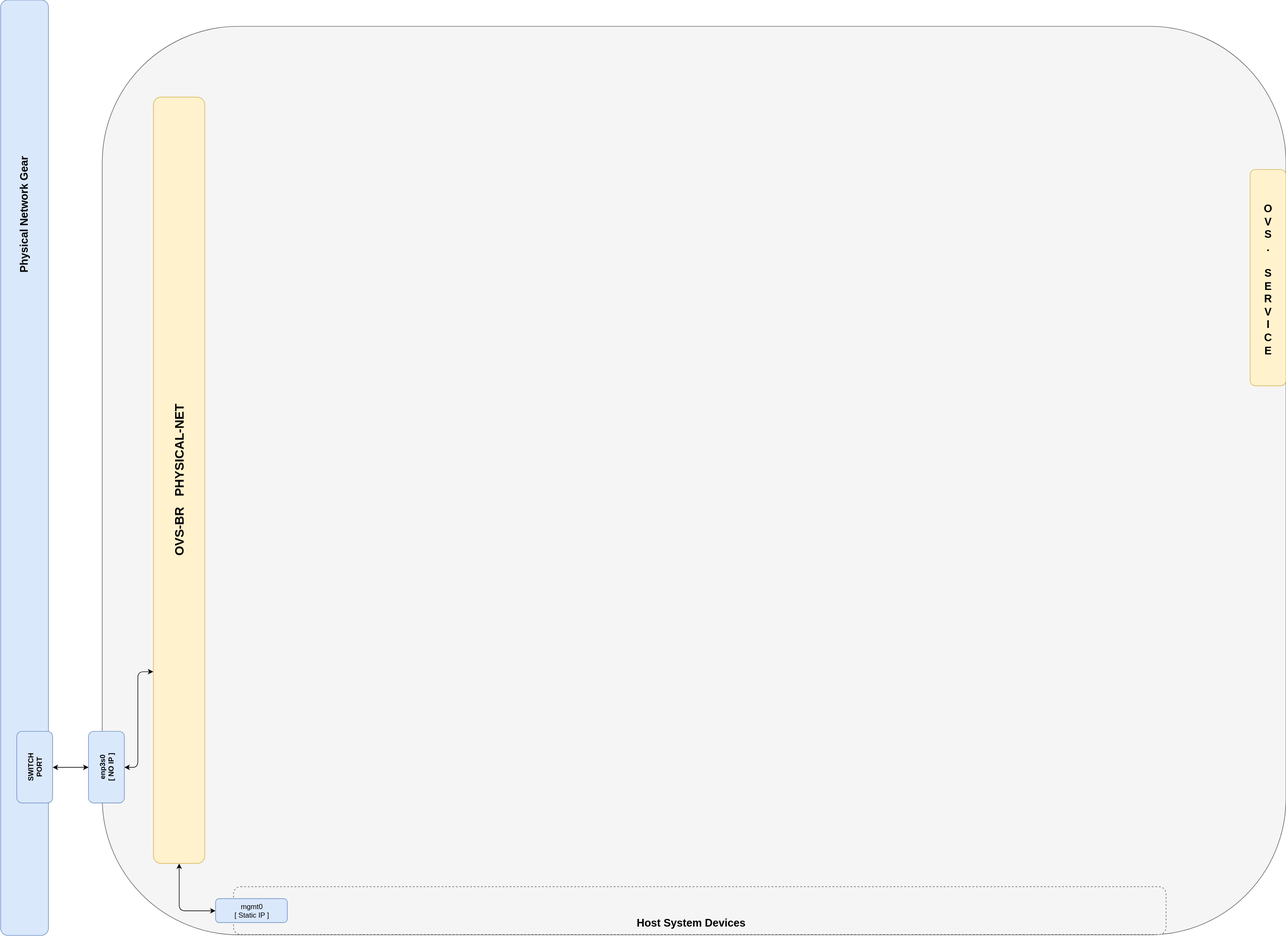
The draw.io diagram 2_Bare-Metal_LXD-On-OVS/web/drawio/lxd-on-openvswitch.svg in KathrynMorgan/mini-stack, before a commit. Source tidied: cells renumbered, new cells last; positions are measured from the earlier drawing's top-left corner, leaving out a move shared by most shapes.
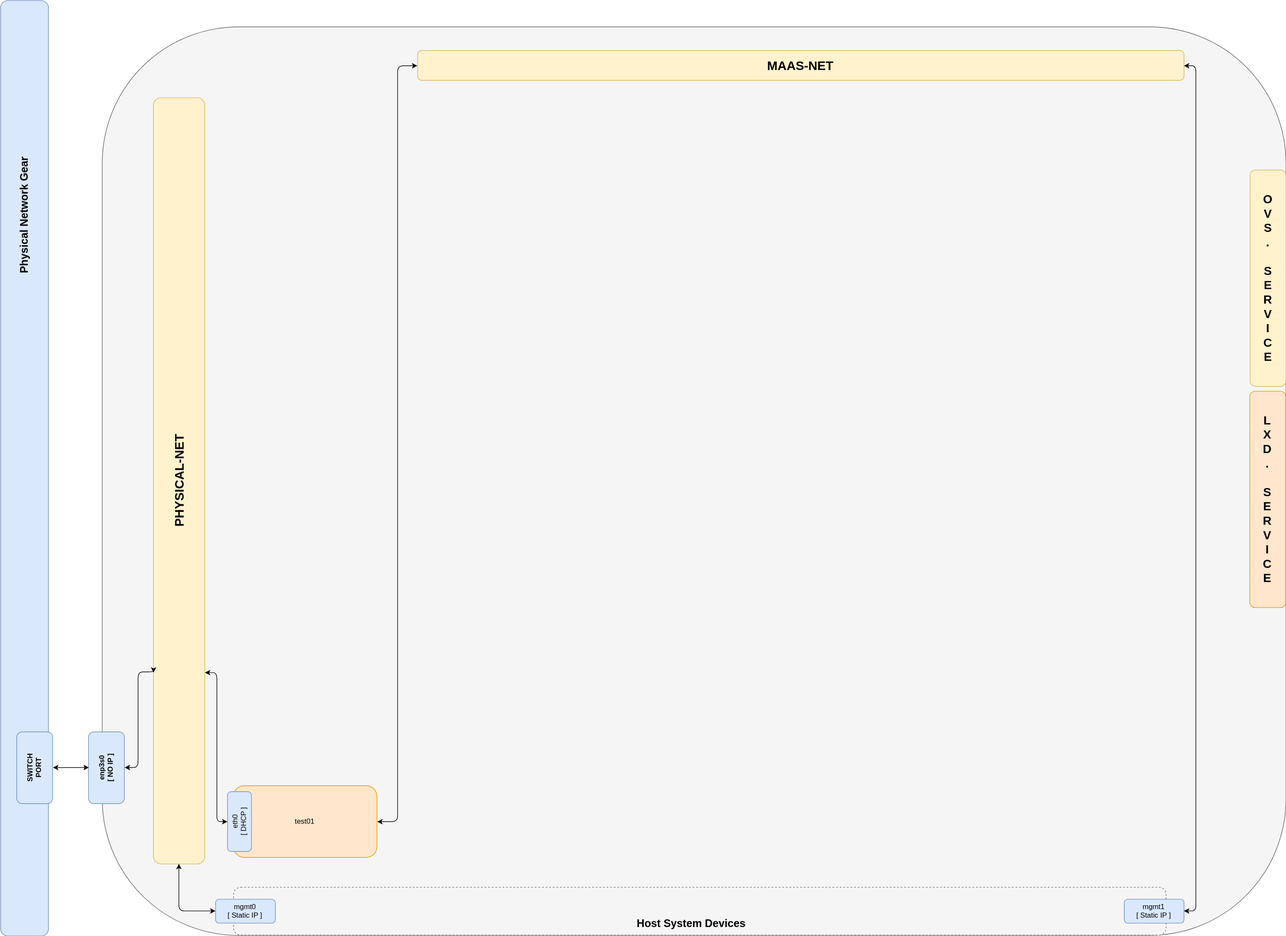
After the change.

Commit message:
lxd-on-openvswitch README+Diagram update

Diff of the diagram source:
```diff
@@ -11,7 +11,10 @@
     <mxCell id="4" style="edgeStyle=orthogonalEdgeStyle;rounded=1;html=1;exitX=1;exitY=0.5;entryX=0;entryY=0.5;startArrow=classic;startFill=1;jettySize=auto;strokeColor=#000000;fontSize=18;" parent="1" edge="1" source="5" target="9">
       <mxGeometry relative="1" as="geometry" />
     </mxCell>
+    <mxCell id="16" style="edgeStyle=orthogonalEdgeStyle;rounded=1;html=1;exitX=0.75;exitY=0;entryX=0.5;entryY=0;jettySize=auto;startArrow=classic;startFill=1;" parent="1" edge="1" source="5" target="23">
+      <mxGeometry relative="1" as="geometry" />
+    </mxCell>
-    <mxCell id="5" value="&lt;b&gt;&lt;font style=&quot;font-size: 21px&quot;&gt;OVS-BR &amp;nbsp; PHYSICAL-NET&lt;/font&gt;&lt;/b&gt;" style="rounded=1;whiteSpace=wrap;html=1;fillColor=#fff2cc;strokeColor=#d6b656;direction=west;rotation=-90;" parent="1" vertex="1">
+    <mxCell id="5" value="&lt;b&gt;&lt;font style=&quot;font-size: 21px&quot;&gt;PHYSICAL-NET&lt;/font&gt;&lt;/b&gt;" style="rounded=1;whiteSpace=wrap;html=1;fillColor=#fff2cc;strokeColor=#d6b656;direction=west;rotation=-90;" parent="1" vertex="1">
       <mxGeometry x="400" y="717" width="1282" height="86" as="geometry" />
     </mxCell>
     <mxCell id="6" style="edgeStyle=segmentEdgeStyle;endArrow=classic;html=1;startArrow=classic;startFill=1;exitX=0.75;exitY=1;entryX=0.5;entryY=1;" parent="1" edge="1" source="5" target="11">
@@ -29,7 +32,7 @@
       <mxGeometry x="1132" y="1440" width="1560" height="80" as="geometry" />
     </mxCell>
     <mxCell id="9" value="mgmt0&lt;br&gt;[ Static IP ]&lt;br&gt;" style="rounded=1;whiteSpace=wrap;html=1;fillColor=#dae8fc;strokeColor=#6c8ebf;" parent="1" vertex="1">
-      <mxGeometry x="1102" y="1460" width="120" height="40" as="geometry" />
+      <mxGeometry x="1102" y="1460" width="100" height="40" as="geometry" />
     </mxCell>
     <mxCell id="10" value="&lt;b&gt;Host System Devices&lt;br&gt;&lt;/b&gt;" style="text;html=1;strokeColor=none;fillColor=none;align=center;verticalAlign=middle;whiteSpace=wrap;rounded=0;dashed=1;fontSize=18;" parent="1" vertex="1">
       <mxGeometry x="1772" y="1480" width="250" height="40" as="geometry" />
@@ -43,11 +46,29 @@
     <mxCell id="13" value="&lt;b&gt;SWITCH&lt;br&gt;PORT&lt;/b&gt;" style="rounded=1;whiteSpace=wrap;html=1;fillColor=#dae8fc;strokeColor=#6c8ebf;rotation=-90;" parent="1" vertex="1">
       <mxGeometry x="739.5" y="1210" width="120" height="60" as="geometry" />
     </mxCell>
-    <mxCell id="14" style="rounded=1;whiteSpace=wrap;html=1;fillColor=#fff2cc;strokeColor=#d6b656;rotation=0;" parent="1" vertex="1">
+    <mxCell id="14" value="&lt;b style=&quot;font-size: 20px&quot;&gt;O&lt;br&gt;V&lt;br&gt;S&lt;br&gt;.&lt;br&gt;&lt;br&gt;S&lt;br&gt;E&lt;br&gt;R&lt;br&gt;V&lt;br&gt;I&lt;br&gt;C&lt;br&gt;E&lt;/b&gt;" style="rounded=1;whiteSpace=wrap;html=1;fillColor=#fff2cc;strokeColor=#d6b656;rotation=0;" parent="1" vertex="1">
       <mxGeometry x="2832.5" y="240" width="60" height="362" as="geometry" />
     </mxCell>
-    <mxCell id="15" value="&lt;span style=&quot;font-size: 18px&quot;&gt;&lt;b&gt;O&lt;br&gt;V&lt;br&gt;S&lt;br&gt;.&lt;br&gt;&lt;br&gt;S&lt;br&gt;E&lt;br&gt;R&lt;br&gt;V&lt;br&gt;I&lt;br&gt;C&lt;br&gt;E&lt;br&gt;&lt;/b&gt;&lt;/span&gt;" style="text;html=1;strokeColor=none;fillColor=none;align=center;verticalAlign=middle;whiteSpace=wrap;rounded=0;" parent="1" vertex="1">
-      <mxGeometry x="2842.5" y="392" width="40" height="58" as="geometry" />
-    </mxCell>
+    <mxCell id="17" style="edgeStyle=orthogonalEdgeStyle;rounded=1;html=1;exitX=1;exitY=0.5;entryX=1;entryY=0.5;jettySize=auto;startArrow=classic;startFill=1;" parent="1" edge="1" source="18" target="21">
+      <mxGeometry relative="1" as="geometry" />
+    </mxCell>
+    <mxCell id="18" value="mgmt1&lt;br&gt;[ Static IP ]&lt;br&gt;" style="rounded=1;whiteSpace=wrap;html=1;fillColor=#dae8fc;strokeColor=#6c8ebf;" parent="1" vertex="1">
+      <mxGeometry x="2622" y="1460" width="100" height="40" as="geometry" />
+    </mxCell>
+    <mxCell id="19" value="&lt;b style=&quot;font-size: 20px&quot;&gt;L&lt;br&gt;X&lt;br&gt;D&lt;br&gt;.&lt;br&gt;&lt;br&gt;S&lt;br&gt;E&lt;br&gt;R&lt;br&gt;V&lt;br&gt;I&lt;br&gt;C&lt;br&gt;E&lt;/b&gt;" style="rounded=1;whiteSpace=wrap;html=1;fillColor=#ffe6cc;strokeColor=#d79b00;rotation=0;" parent="1" vertex="1">
+      <mxGeometry x="2832" y="610" width="60" height="362" as="geometry" />
+    </mxCell>
+    <mxCell id="20" style="edgeStyle=orthogonalEdgeStyle;rounded=1;html=1;exitX=0;exitY=0.5;entryX=1;entryY=0.5;startArrow=classic;startFill=1;jettySize=auto;" parent="1" edge="1" source="21" target="22">
+      <mxGeometry relative="1" as="geometry" />
+    </mxCell>
+    <mxCell id="21" value="&lt;b&gt;&lt;font style=&quot;font-size: 21px&quot;&gt;MAAS-NET&lt;/font&gt;&lt;/b&gt;" style="rounded=1;whiteSpace=wrap;html=1;fillColor=#fff2cc;strokeColor=#d6b656;direction=east;rotation=0;" parent="1" vertex="1">
+      <mxGeometry x="1440" y="40" width="1282" height="50" as="geometry" />
+    </mxCell>
+    <mxCell id="22" value="test01" style="rounded=1;whiteSpace=wrap;html=1;fillColor=#ffe6cc;strokeColor=#d79b00;" parent="1" vertex="1">
+      <mxGeometry x="1132" y="1270" width="240" height="120" as="geometry" />
+    </mxCell>
+    <mxCell id="23" value="eth0&lt;br&gt;[ DHCP ]&lt;br&gt;" style="rounded=1;whiteSpace=wrap;html=1;fillColor=#dae8fc;strokeColor=#6c8ebf;rotation=-90;" parent="1" vertex="1">
+      <mxGeometry x="1092" y="1310" width="100" height="40" as="geometry" />
+    </mxCell>
   </root>
 </mxGraphModel>
```
